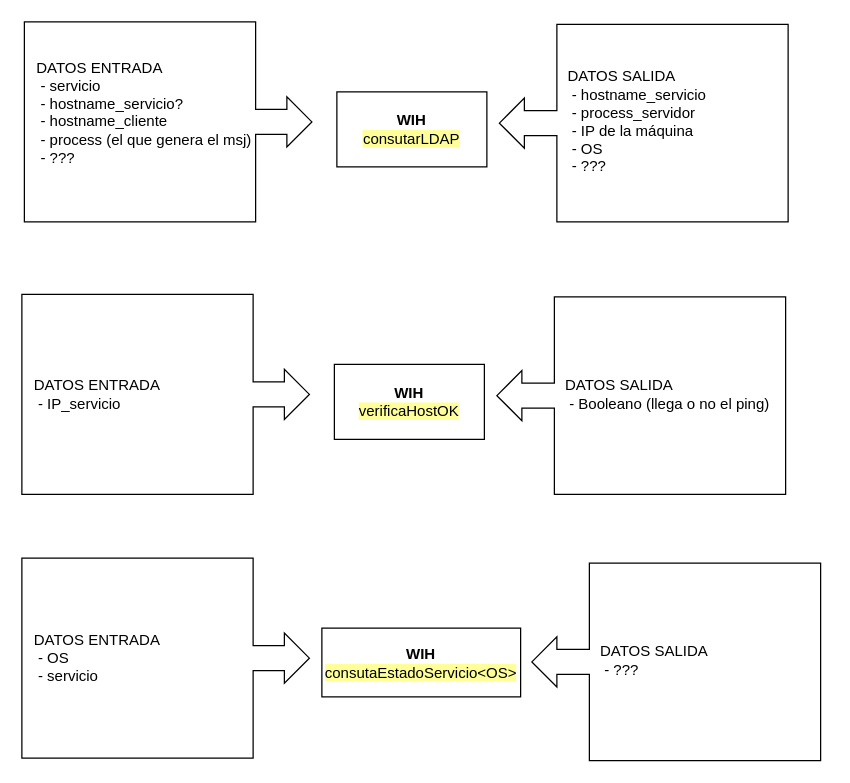
Above: page "WIH" (3 of 4) of esquemaProcesos.drawio in MarianaReyesH/gestionRed (draw.io), before the change. Source tidied: cells renumbered, new cells numbered last; positions are measured from the earlier drawing's top-left corner, leaving out a move shared by most shapes. Both pictures are drawn from the tidied source at 125%, with x=0, y=0 at pixel (21, 21).
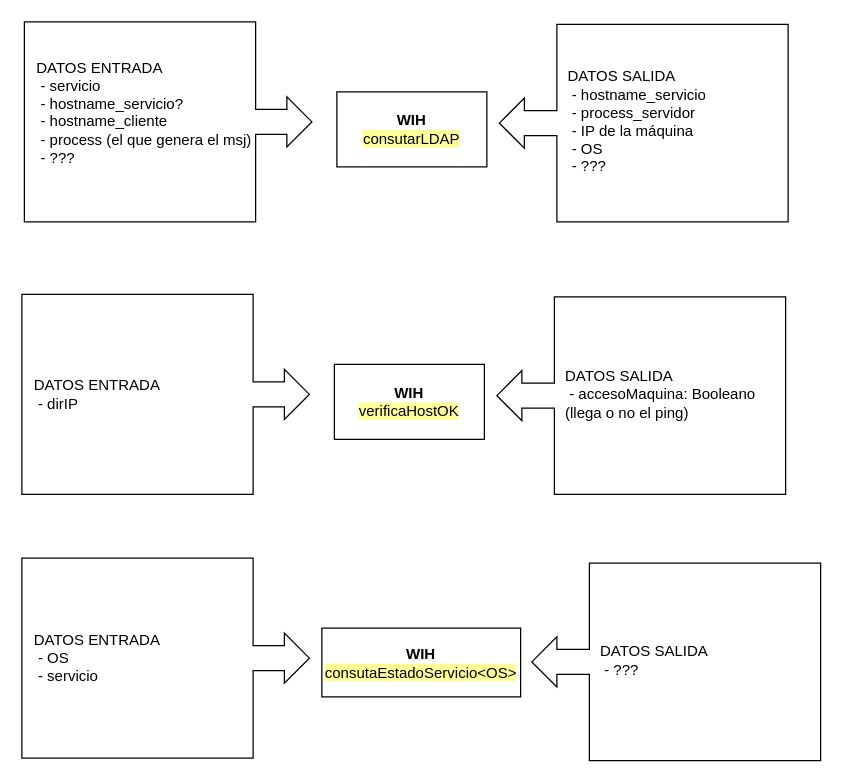
After the change.

The edit, as a diff of the source:
```diff
@@
 <mxGraphModel>
   <root>
     <mxCell id="0" />
     <mxCell id="1" parent="0" />
     <mxCell id="2" value="&lt;b&gt;WIH&lt;/b&gt;&lt;div&gt;&lt;span style=&quot;background-color: rgb(255, 255, 153);&quot;&gt;consutarLDAP&lt;/span&gt;&lt;/div&gt;" style="rounded=0;whiteSpace=wrap;html=1;" parent="1" vertex="1">
       <mxGeometry x="252" y="56" width="120" height="60" as="geometry" />
     </mxCell>
     <mxCell id="3" style="html=1;shadow=0;dashed=0;align=center;verticalAlign=middle;shape=mxgraph.arrows2.calloutArrow;dy=10;dx=20;notch=185;arrowHead=10;" parent="1" vertex="1">
       <mxGeometry x="2" width="230" height="160" as="geometry" />
     </mxCell>
     <mxCell id="4" value="DATOS ENTRADA&lt;div&gt;&amp;nbsp;- servicio&lt;/div&gt;&lt;div&gt;&amp;nbsp;- hostname_servicio?&lt;br&gt;&lt;div&gt;&amp;nbsp;- hostname_cliente&lt;/div&gt;&lt;div&gt;&amp;nbsp;- process (el que genera el msj)&lt;/div&gt;&lt;div&gt;&amp;nbsp;- ???&lt;/div&gt;&lt;div&gt;&amp;nbsp;&lt;/div&gt;&lt;/div&gt;" style="text;html=1;align=left;verticalAlign=middle;whiteSpace=wrap;rounded=0;" parent="1" vertex="1">
       <mxGeometry x="10" width="184" height="159" as="geometry" />
     </mxCell>
     <mxCell id="5" style="html=1;shadow=0;dashed=0;align=center;verticalAlign=middle;shape=mxgraph.arrows2.calloutArrow;dy=10;dx=20;notch=185;arrowHead=10;rotation=-180;" parent="1" vertex="1">
       <mxGeometry x="382" y="2" width="231" height="158" as="geometry" />
     </mxCell>
     <mxCell id="6" value="DATOS SALIDA&lt;div&gt;&amp;nbsp;- hostname_servicio&lt;/div&gt;&lt;div&gt;&amp;nbsp;- process_servidor&lt;/div&gt;&lt;div&gt;&amp;nbsp;- IP de la máquina&lt;/div&gt;&lt;div&gt;&amp;nbsp;- OS&lt;/div&gt;&lt;div&gt;&amp;nbsp;- ???&lt;/div&gt;" style="text;html=1;align=left;verticalAlign=middle;whiteSpace=wrap;rounded=0;" parent="1" vertex="1">
       <mxGeometry x="435" width="184" height="159" as="geometry" />
     </mxCell>
     <mxCell id="7" value="&lt;b&gt;WIH&lt;/b&gt;&lt;div&gt;&lt;span style=&quot;background-color: rgb(255, 255, 153);&quot;&gt;verificaHostOK&lt;/span&gt;&lt;/div&gt;" style="rounded=0;whiteSpace=wrap;html=1;" parent="1" vertex="1">
       <mxGeometry x="250" y="274" width="120" height="60" as="geometry" />
     </mxCell>
     <mxCell id="8" style="html=1;shadow=0;dashed=0;align=center;verticalAlign=middle;shape=mxgraph.arrows2.calloutArrow;dy=10;dx=20;notch=185;arrowHead=10;" parent="1" vertex="1">
       <mxGeometry y="218" width="230" height="160" as="geometry" />
     </mxCell>
-    <mxCell id="9" value="DATOS ENTRADA&lt;div&gt;&amp;nbsp;- IP_servicio&lt;/div&gt;" style="text;html=1;align=left;verticalAlign=middle;whiteSpace=wrap;rounded=0;" parent="1" vertex="1">
+    <mxCell id="9" value="DATOS ENTRADA&lt;div&gt;&amp;nbsp;- dirIP&lt;/div&gt;" style="text;html=1;align=left;verticalAlign=middle;whiteSpace=wrap;rounded=0;" parent="1" vertex="1">
       <mxGeometry x="8" y="218" width="184" height="159" as="geometry" />
     </mxCell>
     <mxCell id="10" style="html=1;shadow=0;dashed=0;align=center;verticalAlign=middle;shape=mxgraph.arrows2.calloutArrow;dy=10;dx=20;notch=185;arrowHead=10;rotation=-180;" parent="1" vertex="1">
       <mxGeometry x="380" y="220" width="231" height="158" as="geometry" />
     </mxCell>
-    <mxCell id="11" value="DATOS SALIDA&lt;div&gt;&amp;nbsp;- Booleano (llega o no el ping)&lt;/div&gt;" style="text;html=1;align=left;verticalAlign=middle;whiteSpace=wrap;rounded=0;" parent="1" vertex="1">
+    <mxCell id="11" value="DATOS SALIDA&lt;div&gt;&amp;nbsp;- accesoMaquina: Booleano (llega o no el ping)&lt;/div&gt;" style="text;html=1;align=left;verticalAlign=middle;whiteSpace=wrap;rounded=0;" parent="1" vertex="1">
       <mxGeometry x="433" y="218" width="184" height="159" as="geometry" />
     </mxCell>
     <mxCell id="12" value="&lt;b&gt;WIH&lt;/b&gt;&lt;div&gt;&lt;span style=&quot;background-color: rgb(255, 255, 153);&quot;&gt;consutaEstadoServicio&amp;lt;OS&amp;gt;&lt;/span&gt;&lt;/div&gt;" style="rounded=0;whiteSpace=wrap;html=1;" parent="1" vertex="1">
       <mxGeometry x="240" y="485" width="159" height="55" as="geometry" />
     </mxCell>
     <mxCell id="13" style="html=1;shadow=0;dashed=0;align=center;verticalAlign=middle;shape=mxgraph.arrows2.calloutArrow;dy=10;dx=20;notch=185;arrowHead=10;" parent="1" vertex="1">
       <mxGeometry y="429" width="230" height="160" as="geometry" />
     </mxCell>
     <mxCell id="14" value="DATOS ENTRADA&lt;div&gt;&amp;nbsp;- OS&lt;/div&gt;&lt;div&gt;&amp;nbsp;- servicio&lt;/div&gt;" style="text;html=1;align=left;verticalAlign=middle;whiteSpace=wrap;rounded=0;" parent="1" vertex="1">
       <mxGeometry x="8" y="429" width="184" height="159" as="geometry" />
     </mxCell>
     <mxCell id="15" style="html=1;shadow=0;dashed=0;align=center;verticalAlign=middle;shape=mxgraph.arrows2.calloutArrow;dy=10;dx=20;notch=185;arrowHead=10;rotation=-180;" parent="1" vertex="1">
       <mxGeometry x="408" y="433" width="231" height="158" as="geometry" />
     </mxCell>
     <mxCell id="16" value="DATOS SALIDA&lt;div&gt;&amp;nbsp;- ???&lt;/div&gt;" style="text;html=1;align=left;verticalAlign=middle;whiteSpace=wrap;rounded=0;" parent="1" vertex="1">
       <mxGeometry x="461" y="431" width="184" height="159" as="geometry" />
     </mxCell>
   </root>
 </mxGraphModel>
```
